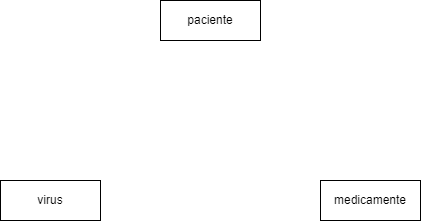
batista29/puc keeps this draw.io diagram as puc2024.2/bcd/cardinalidades/farmacia.drawio.png. Above is the earlier version. Source tidied: cells renumbered, new cells last; positions are measured from the earlier drawing's top-left corner, leaving out a move shared by most shapes. The source it was exported from:
```xml
<mxGraphModel>
  <root>
    <mxCell id="0" />
    <mxCell id="1" parent="0" />
    <mxCell id="2" value="virus" style="whiteSpace=wrap;html=1;align=center;" parent="1" vertex="1">
      <mxGeometry y="180" width="100" height="40" as="geometry" />
    </mxCell>
    <mxCell id="3" value="paciente" style="whiteSpace=wrap;html=1;align=center;" parent="1" vertex="1">
      <mxGeometry x="160" width="100" height="40" as="geometry" />
    </mxCell>
    <mxCell id="4" value="medicamente" style="whiteSpace=wrap;html=1;align=center;" parent="1" vertex="1">
      <mxGeometry x="320" y="180" width="100" height="40" as="geometry" />
    </mxCell>
  </root>
</mxGraphModel>
```
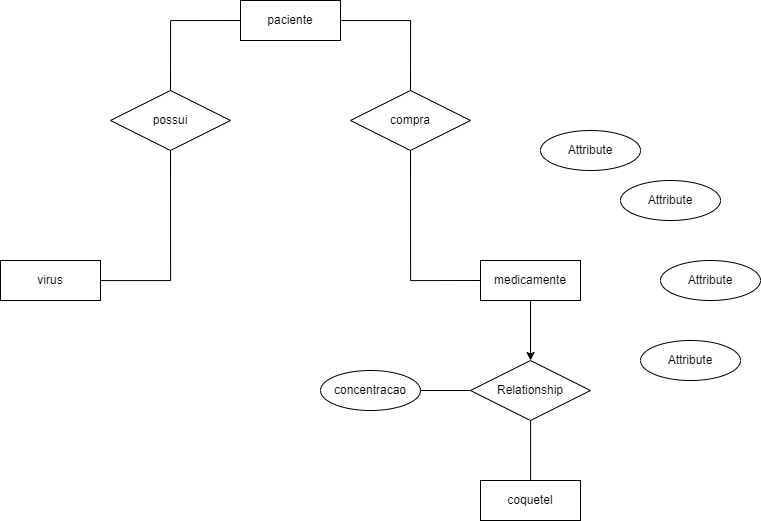
Above is the later version.

The edit, as a diff of the source:
```diff
@@ -2,14 +2,67 @@
   <root>
     <mxCell id="0" />
     <mxCell id="1" parent="0" />
+    <mxCell id="5" style="edgeStyle=orthogonalEdgeStyle;rounded=0;jettySize=auto;html=1;entryX=0.5;entryY=1;entryDx=0;entryDy=0;endArrow=none;endFill=0;" parent="1" edge="1" source="2" target="9">
+      <mxGeometry relative="1" as="geometry" />
+    </mxCell>
     <mxCell id="2" value="virus" style="whiteSpace=wrap;html=1;align=center;" parent="1" vertex="1">
-      <mxGeometry y="180" width="100" height="40" as="geometry" />
+      <mxGeometry x="-80" y="260" width="100" height="40" as="geometry" />
     </mxCell>
+    <mxCell id="6" style="edgeStyle=orthogonalEdgeStyle;rounded=0;jettySize=auto;html=1;entryX=0.5;entryY=0;entryDx=0;entryDy=0;endArrow=none;endFill=0;" parent="1" edge="1" source="3" target="11">
+      <mxGeometry relative="1" as="geometry" />
+    </mxCell>
     <mxCell id="3" value="paciente" style="whiteSpace=wrap;html=1;align=center;" parent="1" vertex="1">
       <mxGeometry x="160" width="100" height="40" as="geometry" />
     </mxCell>
+    <mxCell id="7" style="edgeStyle=orthogonalEdgeStyle;rounded=0;jettySize=auto;html=1;entryX=0.5;entryY=0;entryDx=0;entryDy=0;" parent="1" edge="1" source="4" target="18">
+      <mxGeometry relative="1" as="geometry" />
+    </mxCell>
     <mxCell id="4" value="medicamente" style="whiteSpace=wrap;html=1;align=center;" parent="1" vertex="1">
-      <mxGeometry x="320" y="180" width="100" height="40" as="geometry" />
+      <mxGeometry x="400" y="260" width="100" height="40" as="geometry" />
     </mxCell>
+    <mxCell id="8" style="edgeStyle=orthogonalEdgeStyle;rounded=0;jettySize=auto;html=1;entryX=0;entryY=0.5;entryDx=0;entryDy=0;exitX=0.5;exitY=0;exitDx=0;exitDy=0;endArrow=none;endFill=0;" parent="1" edge="1" source="9" target="3">
+      <mxGeometry relative="1" as="geometry" />
+    </mxCell>
+    <mxCell id="9" value="possui" style="shape=rhombus;perimeter=rhombusPerimeter;whiteSpace=wrap;html=1;align=center;" parent="1" vertex="1">
+      <mxGeometry x="30" y="90" width="120" height="60" as="geometry" />
+    </mxCell>
+    <mxCell id="10" style="edgeStyle=orthogonalEdgeStyle;rounded=0;jettySize=auto;html=1;entryX=0;entryY=0.5;entryDx=0;entryDy=0;exitX=0.5;exitY=1;exitDx=0;exitDy=0;endArrow=none;endFill=0;" parent="1" edge="1" source="11" target="4">
+      <mxGeometry relative="1" as="geometry" />
+    </mxCell>
+    <mxCell id="11" value="compra" style="shape=rhombus;perimeter=rhombusPerimeter;whiteSpace=wrap;html=1;align=center;" parent="1" vertex="1">
+      <mxGeometry x="270" y="90" width="120" height="60" as="geometry" />
+    </mxCell>
+    <mxCell id="12" value="Attribute" style="ellipse;whiteSpace=wrap;html=1;align=center;" parent="1" vertex="1">
+      <mxGeometry x="460" y="130" width="100" height="40" as="geometry" />
+    </mxCell>
+    <mxCell id="13" value="Attribute" style="ellipse;whiteSpace=wrap;html=1;align=center;" parent="1" vertex="1">
+      <mxGeometry x="580" y="260" width="100" height="40" as="geometry" />
+    </mxCell>
+    <mxCell id="14" value="Attribute" style="ellipse;whiteSpace=wrap;html=1;align=center;" parent="1" vertex="1">
+      <mxGeometry x="560" y="340" width="100" height="40" as="geometry" />
+    </mxCell>
+    <mxCell id="15" value="Attribute" style="ellipse;whiteSpace=wrap;html=1;align=center;" parent="1" vertex="1">
+      <mxGeometry x="540" y="180" width="100" height="40" as="geometry" />
+    </mxCell>
+    <mxCell id="16" style="edgeStyle=orthogonalEdgeStyle;rounded=0;jettySize=auto;html=1;entryX=0;entryY=0.5;entryDx=0;entryDy=0;endArrow=none;endFill=0;" parent="1" edge="1" source="17" target="18">
+      <mxGeometry relative="1" as="geometry" />
+    </mxCell>
+    <mxCell id="17" value="concentracao" style="ellipse;whiteSpace=wrap;html=1;align=center;" parent="1" vertex="1">
+      <mxGeometry x="240" y="370" width="100" height="40" as="geometry" />
+    </mxCell>
+    <mxCell id="18" value="Relationship" style="shape=rhombus;perimeter=rhombusPerimeter;whiteSpace=wrap;html=1;align=center;" parent="1" vertex="1">
+      <mxGeometry x="390" y="360" width="120" height="60" as="geometry" />
+    </mxCell>
+    <mxCell id="19" style="edgeStyle=orthogonalEdgeStyle;rounded=0;jettySize=auto;html=1;endArrow=none;endFill=0;" parent="1" edge="1" source="20" target="18">
+      <mxGeometry relative="1" as="geometry">
+        <Array as="points">
+          <mxPoint x="450" y="440" />
+          <mxPoint x="450" y="440" />
+        </Array>
+      </mxGeometry>
+    </mxCell>
+    <mxCell id="20" value="coquetel" style="whiteSpace=wrap;html=1;align=center;" parent="1" vertex="1">
+      <mxGeometry x="400" y="480" width="100" height="40" as="geometry" />
+    </mxCell>
   </root>
 </mxGraphModel>
```
